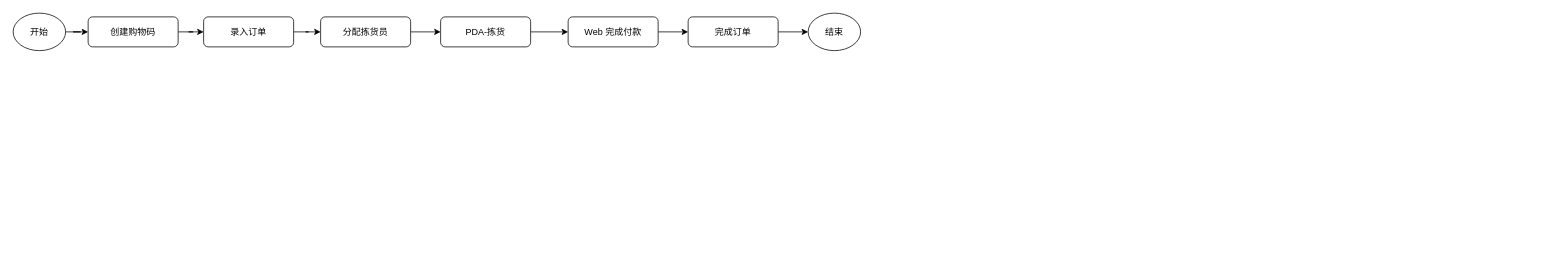
Before: page "商场流程" (13 of 13) of 转运流程.drawio in OJBK123/Draws, a draw.io diagram. Source tidied: cells renumbered, new cells numbered last; positions are measured from the earlier drawing's top-left corner, leaving out a move shared by most shapes. Both pictures are drawn from the tidied source at 75%, with x=0, y=0 at pixel (13, 13).
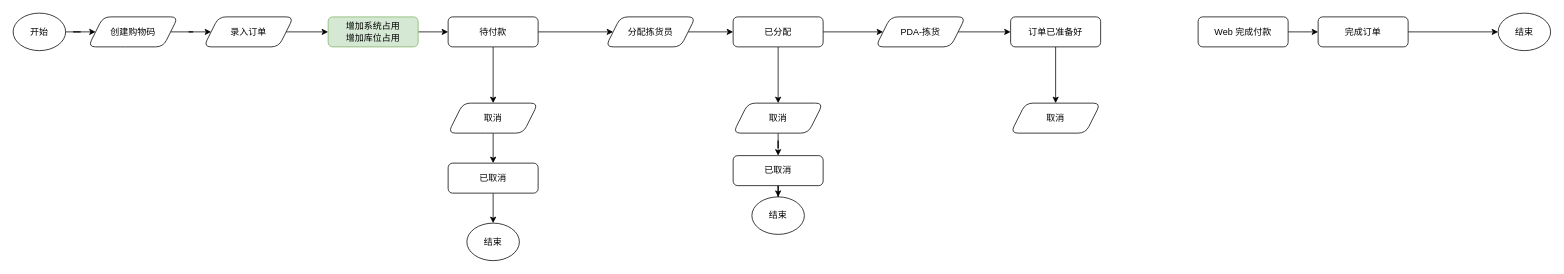
After the change.

Commit message:
更新转运流程.drawio

What changed in the source:
```diff
@@
-    <mxCell id="5" value="创建购物码" style="rounded=1;whiteSpace=wrap;html=1;fontSize=12;glass=0;strokeWidth=1;shadow=0;" parent="1" vertex="1">
+    <mxCell id="5" value="创建购物码" style="rounded=1;whiteSpace=wrap;html=1;fontSize=12;glass=0;strokeWidth=1;shadow=0;shape=parallelogram;perimeter=parallelogramPerimeter;fixedSize=1;" parent="1" vertex="1">
       <mxGeometry x="100" y="5" width="120" height="40" as="geometry" />
     </mxCell>
-    <mxCell id="6" style="edgeStyle=orthogonalEdgeStyle;rounded=0;jettySize=auto;html=1;exitX=1;exitY=0.5;exitDx=0;exitDy=0;" parent="1" edge="1" source="7" target="9">
-      <mxGeometry relative="1" as="geometry" />
-    </mxCell>
+    <mxCell id="17" style="edgeStyle=orthogonalEdgeStyle;rounded=0;jettySize=auto;html=1;exitX=1;exitY=0.5;exitDx=0;exitDy=0;" parent="1" edge="1" source="7" target="19">
+      <mxGeometry relative="1" as="geometry" />
+    </mxCell>
-    <mxCell id="7" value="录入订单" style="rounded=1;whiteSpace=wrap;html=1;fontSize=12;glass=0;strokeWidth=1;shadow=0;" parent="1" vertex="1">
+    <mxCell id="7" value="录入订单" style="rounded=1;whiteSpace=wrap;html=1;fontSize=12;glass=0;strokeWidth=1;shadow=0;shape=parallelogram;perimeter=parallelogramPerimeter;fixedSize=1;" parent="1" vertex="1">
       <mxGeometry x="254" y="5" width="120" height="40" as="geometry" />
     </mxCell>
-    <mxCell id="8" style="edgeStyle=orthogonalEdgeStyle;rounded=0;jettySize=auto;html=1;exitX=1;exitY=0.5;exitDx=0;exitDy=0;" parent="1" edge="1" source="9" target="11">
+    <mxCell id="8" style="edgeStyle=orthogonalEdgeStyle;rounded=0;jettySize=auto;html=1;exitX=1;exitY=0.5;exitDx=0;exitDy=0;" parent="1" edge="1" source="9" target="30">
       <mxGeometry relative="1" as="geometry" />
     </mxCell>
-    <mxCell id="9" value="分配拣货员" style="rounded=1;whiteSpace=wrap;html=1;fontSize=12;glass=0;strokeWidth=1;shadow=0;" parent="1" vertex="1">
-      <mxGeometry x="410" y="5" width="120" height="40" as="geometry" />
+    <mxCell id="9" value="分配拣货员" style="rounded=1;whiteSpace=wrap;html=1;fontSize=12;glass=0;strokeWidth=1;shadow=0;shape=parallelogram;perimeter=parallelogramPerimeter;fixedSize=1;" parent="1" vertex="1">
+      <mxGeometry x="790" y="5" width="120" height="40" as="geometry" />
     </mxCell>
-    <mxCell id="10" style="edgeStyle=orthogonalEdgeStyle;rounded=0;jettySize=auto;html=1;exitX=1;exitY=0.5;exitDx=0;exitDy=0;" parent="1" edge="1" source="11" target="13">
+    <mxCell id="10" style="edgeStyle=orthogonalEdgeStyle;rounded=0;jettySize=auto;html=1;exitX=1;exitY=0.5;exitDx=0;exitDy=0;" parent="1" edge="1" source="11" target="37">
       <mxGeometry relative="1" as="geometry" />
     </mxCell>
-    <mxCell id="11" value="PDA-拣货" style="rounded=1;whiteSpace=wrap;html=1;fontSize=12;glass=0;strokeWidth=1;shadow=0;" parent="1" vertex="1">
-      <mxGeometry x="570" y="5" width="120" height="40" as="geometry" />
+    <mxCell id="11" value="PDA-拣货" style="rounded=1;whiteSpace=wrap;html=1;fontSize=12;glass=0;strokeWidth=1;shadow=0;shape=parallelogram;perimeter=parallelogramPerimeter;fixedSize=1;" parent="1" vertex="1">
+      <mxGeometry x="1150" y="5" width="120" height="40" as="geometry" />
     </mxCell>
@@
     <mxCell id="13" value="Web 完成付款" style="rounded=1;whiteSpace=wrap;html=1;fontSize=12;glass=0;strokeWidth=1;shadow=0;" parent="1" vertex="1">
-      <mxGeometry x="740" y="5" width="120" height="40" as="geometry" />
+      <mxGeometry x="1580" y="5" width="120" height="40" as="geometry" />
     </mxCell>
-    <mxCell id="14" style="edgeStyle=orthogonalEdgeStyle;rounded=0;jettySize=auto;html=1;exitX=1;exitY=0.5;exitDx=0;exitDy=0;" parent="1" edge="1" source="15" target="16">
+    <mxCell id="14" style="edgeStyle=orthogonalEdgeStyle;rounded=0;jettySize=auto;html=1;exitX=1;exitY=0.5;exitDx=0;exitDy=0;entryX=0;entryY=0.5;entryDx=0;entryDy=0;" parent="1" edge="1" source="15" target="16">
       <mxGeometry relative="1" as="geometry" />
     </mxCell>
     <mxCell id="15" value="完成订单" style="rounded=1;whiteSpace=wrap;html=1;fontSize=12;glass=0;strokeWidth=1;shadow=0;" parent="1" vertex="1">
-      <mxGeometry x="900" y="5" width="120" height="40" as="geometry" />
+      <mxGeometry x="1740" y="5" width="120" height="40" as="geometry" />
     </mxCell>
     <mxCell id="16" value="结束" style="ellipse;whiteSpace=wrap;html=1;" parent="1" vertex="1">
-      <mxGeometry x="1060" width="70" height="50" as="geometry" />
+      <mxGeometry x="1980" width="70" height="50" as="geometry" />
     </mxCell>
+    <mxCell id="18" style="edgeStyle=orthogonalEdgeStyle;rounded=0;jettySize=auto;html=1;exitX=1;exitY=0.5;exitDx=0;exitDy=0;" parent="1" edge="1" source="19" target="22">
+      <mxGeometry relative="1" as="geometry" />
+    </mxCell>
+    <mxCell id="19" value="增加系统占用&lt;div&gt;增加库位占用&lt;/div&gt;" style="rounded=1;whiteSpace=wrap;html=1;fontSize=12;glass=0;strokeWidth=1;shadow=0;fillColor=#d5e8d4;strokeColor=#82b366;" parent="1" vertex="1">
+      <mxGeometry x="420" y="5" width="120" height="40" as="geometry" />
+    </mxCell>
+    <mxCell id="20" style="edgeStyle=orthogonalEdgeStyle;rounded=0;jettySize=auto;html=1;exitX=0.5;exitY=1;exitDx=0;exitDy=0;" parent="1" edge="1" source="22" target="24">
+      <mxGeometry relative="1" as="geometry" />
+    </mxCell>
+    <mxCell id="21" style="edgeStyle=orthogonalEdgeStyle;rounded=0;jettySize=auto;html=1;exitX=1;exitY=0.5;exitDx=0;exitDy=0;entryX=0;entryY=0.5;entryDx=0;entryDy=0;" parent="1" edge="1" source="22" target="9">
+      <mxGeometry relative="1" as="geometry" />
+    </mxCell>
+    <mxCell id="22" value="待付款" style="rounded=1;whiteSpace=wrap;html=1;fontSize=12;glass=0;strokeWidth=1;shadow=0;" parent="1" vertex="1">
+      <mxGeometry x="580" y="5" width="120" height="40" as="geometry" />
+    </mxCell>
+    <mxCell id="23" style="edgeStyle=orthogonalEdgeStyle;rounded=0;jettySize=auto;html=1;exitX=0.5;exitY=1;exitDx=0;exitDy=0;" parent="1" edge="1" source="24" target="26">
+      <mxGeometry relative="1" as="geometry" />
+    </mxCell>
+    <mxCell id="24" value="取消" style="rounded=1;whiteSpace=wrap;html=1;fontSize=12;glass=0;strokeWidth=1;shadow=0;shape=parallelogram;perimeter=parallelogramPerimeter;fixedSize=1;" parent="1" vertex="1">
+      <mxGeometry x="580" y="120" width="120" height="40" as="geometry" />
+    </mxCell>
+    <mxCell id="25" style="edgeStyle=orthogonalEdgeStyle;rounded=0;jettySize=auto;html=1;exitX=0.5;exitY=1;exitDx=0;exitDy=0;" parent="1" edge="1" source="26" target="27">
+      <mxGeometry relative="1" as="geometry" />
+    </mxCell>
+    <mxCell id="26" value="已取消" style="rounded=1;whiteSpace=wrap;html=1;fontSize=12;glass=0;strokeWidth=1;shadow=0;" parent="1" vertex="1">
+      <mxGeometry x="580" y="200" width="120" height="40" as="geometry" />
+    </mxCell>
+    <mxCell id="27" value="结束" style="ellipse;whiteSpace=wrap;html=1;" parent="1" vertex="1">
+      <mxGeometry x="605" y="280" width="70" height="50" as="geometry" />
+    </mxCell>
+    <mxCell id="28" style="edgeStyle=orthogonalEdgeStyle;rounded=0;jettySize=auto;html=1;exitX=0.5;exitY=1;exitDx=0;exitDy=0;" parent="1" edge="1" source="30" target="32">
+      <mxGeometry relative="1" as="geometry" />
+    </mxCell>
+    <mxCell id="29" style="edgeStyle=orthogonalEdgeStyle;rounded=0;jettySize=auto;html=1;exitX=1;exitY=0.5;exitDx=0;exitDy=0;entryX=0;entryY=0.5;entryDx=0;entryDy=0;" parent="1" edge="1" source="30" target="11">
+      <mxGeometry relative="1" as="geometry" />
+    </mxCell>
+    <mxCell id="30" value="已分配" style="rounded=1;whiteSpace=wrap;html=1;fontSize=12;glass=0;strokeWidth=1;shadow=0;" parent="1" vertex="1">
+      <mxGeometry x="960" y="5" width="120" height="40" as="geometry" />
+    </mxCell>
+    <mxCell id="31" style="edgeStyle=orthogonalEdgeStyle;rounded=0;jettySize=auto;html=1;exitX=0.5;exitY=1;exitDx=0;exitDy=0;" parent="1" edge="1" source="32" target="34">
+      <mxGeometry relative="1" as="geometry" />
+    </mxCell>
+    <mxCell id="32" value="取消" style="rounded=1;whiteSpace=wrap;html=1;fontSize=12;glass=0;strokeWidth=1;shadow=0;shape=parallelogram;perimeter=parallelogramPerimeter;fixedSize=1;" parent="1" vertex="1">
+      <mxGeometry x="960" y="120" width="120" height="40" as="geometry" />
+    </mxCell>
+    <mxCell id="33" style="edgeStyle=orthogonalEdgeStyle;rounded=0;jettySize=auto;html=1;exitX=0.5;exitY=1;exitDx=0;exitDy=0;" parent="1" edge="1" source="34" target="35">
+      <mxGeometry relative="1" as="geometry" />
+    </mxCell>
+    <mxCell id="34" value="已取消" style="rounded=1;whiteSpace=wrap;html=1;fontSize=12;glass=0;strokeWidth=1;shadow=0;" parent="1" vertex="1">
+      <mxGeometry x="960" y="190" width="120" height="40" as="geometry" />
+    </mxCell>
+    <mxCell id="35" value="结束" style="ellipse;whiteSpace=wrap;html=1;" parent="1" vertex="1">
+      <mxGeometry x="985" y="245" width="70" height="50" as="geometry" />
+    </mxCell>
+    <mxCell id="36" style="edgeStyle=orthogonalEdgeStyle;rounded=0;jettySize=auto;html=1;exitX=0.5;exitY=1;exitDx=0;exitDy=0;" parent="1" edge="1" source="37" target="38">
+      <mxGeometry relative="1" as="geometry" />
+    </mxCell>
+    <mxCell id="37" value="订单已准备好" style="rounded=1;whiteSpace=wrap;html=1;fontSize=12;glass=0;strokeWidth=1;shadow=0;" parent="1" vertex="1">
+      <mxGeometry x="1330" y="5" width="120" height="40" as="geometry" />
+    </mxCell>
+    <mxCell id="38" value="取消" style="rounded=1;whiteSpace=wrap;html=1;fontSize=12;glass=0;strokeWidth=1;shadow=0;shape=parallelogram;perimeter=parallelogramPerimeter;fixedSize=1;" parent="1" vertex="1">
+      <mxGeometry x="1330" y="120" width="120" height="40" as="geometry" />
+    </mxCell>
```
